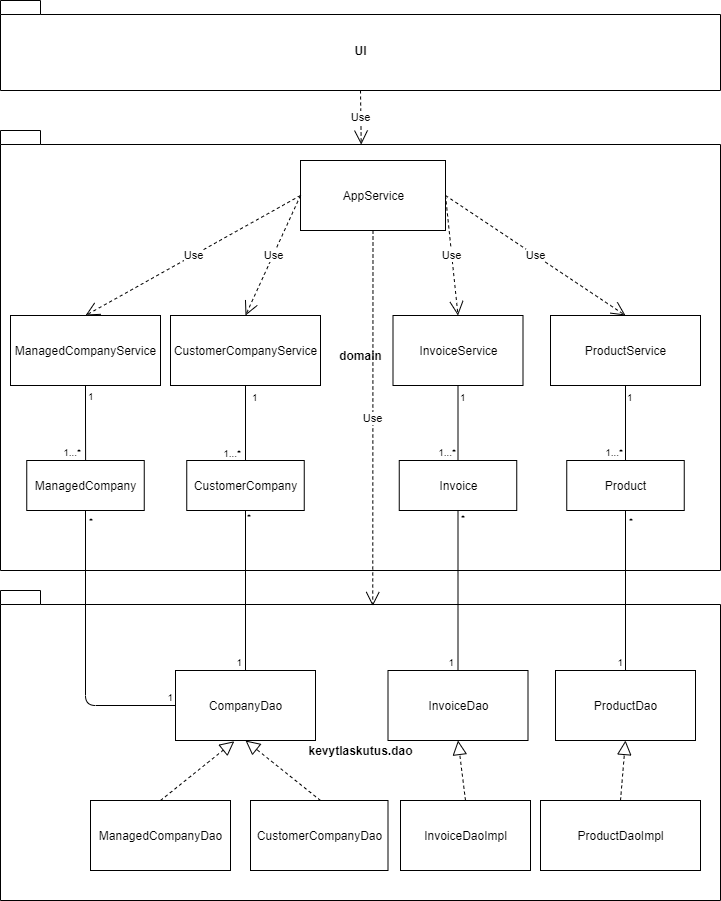
Earlier version of the draw.io export dokumentaatio/pakkausluokkakaavio.png (ilkkamaksy/kevytlaskutus). Source tidied: cells renumbered, new cells last; positions are measured from the earlier drawing's top-left corner, leaving out a move shared by most shapes.
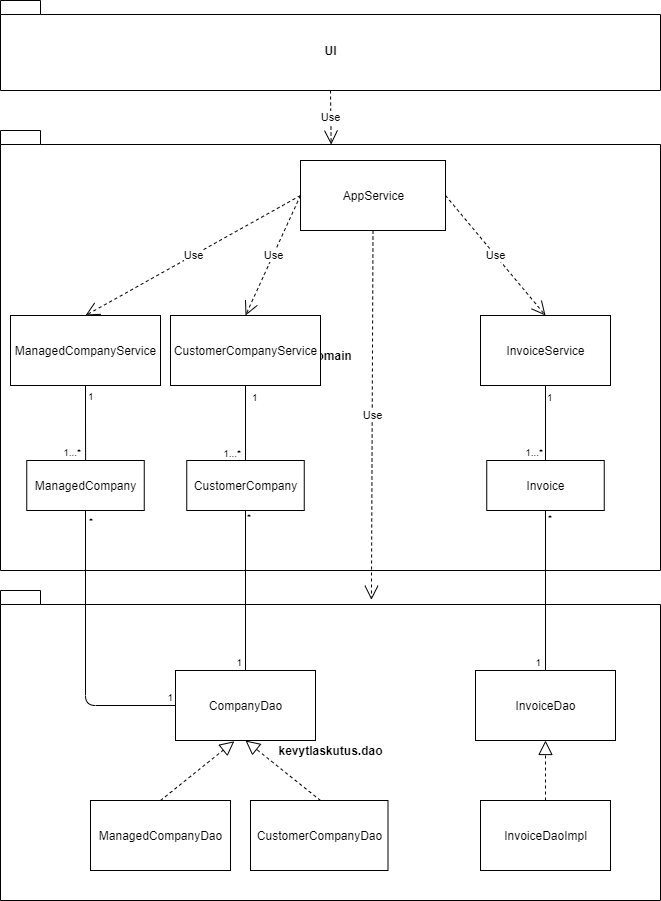
The same diagram one commit later.

Commit message:
dokumentaatio päivitetty

What changed in the source:
```diff
@@ -3,13 +3,13 @@
     <mxCell id="0" />
     <mxCell id="1" parent="0" />
     <mxCell id="2" value="domain" style="shape=folder;fontStyle=1;spacingTop=10;tabWidth=40;tabHeight=14;tabPosition=left;html=1;" parent="1" vertex="1">
-      <mxGeometry y="130" width="720" height="440" as="geometry" />
+      <mxGeometry y="130" width="660" height="440" as="geometry" />
     </mxCell>
     <mxCell id="3" value="kevytlaskutus.dao" style="shape=folder;fontStyle=1;spacingTop=10;tabWidth=40;tabHeight=14;tabPosition=left;html=1;" parent="1" vertex="1">
-      <mxGeometry y="590" width="720" height="310" as="geometry" />
+      <mxGeometry y="590" width="660" height="310" as="geometry" />
     </mxCell>
     <mxCell id="4" value="UI" style="shape=folder;fontStyle=1;spacingTop=10;tabWidth=40;tabHeight=14;tabPosition=left;html=1;" parent="1" vertex="1">
-      <mxGeometry width="720" height="90" as="geometry" />
+      <mxGeometry width="660" height="90" as="geometry" />
     </mxCell>
     <mxCell id="5" value="AppService" style="html=1;" parent="1" vertex="1">
       <mxGeometry x="300" y="160" width="145" height="70" as="geometry" />
@@ -21,11 +21,8 @@
       <mxGeometry x="10" y="315" width="150" height="70" as="geometry" />
     </mxCell>
     <mxCell id="8" value="InvoiceService" style="html=1;" parent="1" vertex="1">
-      <mxGeometry x="392.5" y="315" width="130" height="70" as="geometry" />
+      <mxGeometry x="480" y="315" width="130" height="70" as="geometry" />
     </mxCell>
-    <mxCell id="9" value="Product" style="html=1;" parent="1" vertex="1">
-      <mxGeometry x="566.2" y="460" width="117.5" height="50" as="geometry" />
-    </mxCell>
     <mxCell id="10" value="CustomerCompany" style="html=1;" parent="1" vertex="1">
       <mxGeometry x="186.2" y="460" width="117.5" height="50" as="geometry" />
     </mxCell>
@@ -33,16 +30,13 @@
       <mxGeometry x="26.2" y="460" width="117.5" height="50" as="geometry" />
     </mxCell>
     <mxCell id="12" value="Invoice" style="html=1;" parent="1" vertex="1">
-      <mxGeometry x="398.8" y="460" width="117.5" height="50" as="geometry" />
+      <mxGeometry x="486.2" y="460" width="117.5" height="50" as="geometry" />
     </mxCell>
-    <mxCell id="13" value="Use" style="endArrow=open;endSize=12;dashed=1;html=1;exitX=0.5;exitY=1;exitDx=0;exitDy=0;entryX=0.517;entryY=0.05;entryDx=0;entryDy=0;entryPerimeter=0;" parent="1" edge="1" source="5" target="3">
+    <mxCell id="13" value="Use" style="endArrow=open;endSize=12;dashed=1;html=1;exitX=0.5;exitY=1;exitDx=0;exitDy=0;entryX=0.562;entryY=0.03;entryDx=0;entryDy=0;entryPerimeter=0;" parent="1" edge="1" source="5" target="3">
       <mxGeometry relative="1" as="geometry" />
     </mxCell>
-    <mxCell id="14" value="ProductDaoImpl" style="html=1;" parent="1" vertex="1">
-      <mxGeometry x="540" y="800" width="160" height="70" as="geometry" />
-    </mxCell>
     <mxCell id="15" value="InvoiceDaoImpl" style="html=1;" parent="1" vertex="1">
-      <mxGeometry x="400" y="800" width="130" height="70" as="geometry" />
+      <mxGeometry x="480" y="800" width="130" height="70" as="geometry" />
     </mxCell>
     <mxCell id="16" value="CustomerCompanyDao" style="html=1;" parent="1" vertex="1">
       <mxGeometry x="250" y="800" width="137.5" height="70" as="geometry" />
@@ -54,31 +48,22 @@
       <mxGeometry x="175" y="670" width="140" height="70" as="geometry" />
     </mxCell>
     <mxCell id="19" value="InvoiceDao" style="html=1;" parent="1" vertex="1">
-      <mxGeometry x="387.5" y="670" width="140" height="70" as="geometry" />
+      <mxGeometry x="475" y="670" width="140" height="70" as="geometry" />
     </mxCell>
-    <mxCell id="20" value="ProductDao" style="html=1;" parent="1" vertex="1">
-      <mxGeometry x="555" y="670" width="140" height="70" as="geometry" />
-    </mxCell>
-    <mxCell id="21" style="endArrow=block;dashed=1;endFill=0;endSize=12;html=1;entryX=0.5;entryY=1;entryDx=0;entryDy=0;" parent="1" edge="1" target="18">
-      <mxGeometry relative="1" as="geometry">
-        <mxPoint x="320" y="800" as="sourcePoint" />
-      </mxGeometry>
-    </mxCell>
+    <mxCell id="55" style="endArrow=block;dashed=1;endFill=0;endSize=12;html=1;entryX=0.5;entryY=1;entryDx=0;entryDy=0;" parent="1" edge="1" target="18">
+      <mxGeometry relative="1" as="geometry">
+        <mxPoint x="320" y="800" as="sourcePoint" />
+      </mxGeometry>
+    </mxCell>
     <mxCell id="22" style="endArrow=block;dashed=1;endFill=0;endSize=12;html=1;entryX=0.42;entryY=1.011;entryDx=0;entryDy=0;entryPerimeter=0;exitX=0.5;exitY=0;exitDx=0;exitDy=0;" parent="1" edge="1" source="17" target="18">
       <mxGeometry relative="1" as="geometry" />
     </mxCell>
     <mxCell id="23" style="endArrow=block;dashed=1;endFill=0;endSize=12;html=1;entryX=0.5;entryY=1;entryDx=0;entryDy=0;exitX=0.5;exitY=0;exitDx=0;exitDy=0;" parent="1" edge="1" source="15" target="19">
       <mxGeometry relative="1" as="geometry" />
     </mxCell>
-    <mxCell id="24" style="endArrow=block;dashed=1;endFill=0;endSize=12;html=1;entryX=0.5;entryY=1;entryDx=0;entryDy=0;exitX=0.5;exitY=0;exitDx=0;exitDy=0;" parent="1" edge="1" source="14" target="20">
-      <mxGeometry relative="1" as="geometry" />
-    </mxCell>
     <mxCell id="25" value="Use" style="endArrow=open;endSize=12;dashed=1;html=1;exitX=0.5;exitY=1;exitDx=0;exitDy=0;exitPerimeter=0;entryX=0.501;entryY=0.032;entryDx=0;entryDy=0;entryPerimeter=0;" parent="1" edge="1" source="4" target="2">
       <mxGeometry relative="1" as="geometry" />
     </mxCell>
-    <mxCell id="26" value="ProductService" style="html=1;" parent="1" vertex="1">
-      <mxGeometry x="550" y="315" width="150" height="70" as="geometry" />
-    </mxCell>
     <mxCell id="27" value="Use" style="endArrow=open;endSize=12;dashed=1;html=1;exitX=0;exitY=0.5;exitDx=0;exitDy=0;entryX=0.5;entryY=0;entryDx=0;entryDy=0;" parent="1" edge="1" source="5" target="7">
       <mxGeometry relative="1" as="geometry" />
     </mxCell>
@@ -88,112 +73,83 @@
     <mxCell id="29" value="Use" style="endArrow=open;endSize=12;dashed=1;html=1;exitX=1;exitY=0.5;exitDx=0;exitDy=0;entryX=0.5;entryY=0;entryDx=0;entryDy=0;" parent="1" edge="1" source="5" target="8">
       <mxGeometry relative="1" as="geometry" />
     </mxCell>
-    <mxCell id="30" value="Use" style="endArrow=open;endSize=12;dashed=1;html=1;exitX=1;exitY=0.5;exitDx=0;exitDy=0;entryX=0.5;entryY=0;entryDx=0;entryDy=0;" parent="1" edge="1" source="5" target="26">
-      <mxGeometry relative="1" as="geometry" />
-    </mxCell>
     <mxCell id="31" style="endArrow=none;html=1;edgeStyle=orthogonalEdgeStyle;exitX=0.5;exitY=1;exitDx=0;exitDy=0;" parent="1" edge="1" source="7" target="11">
       <mxGeometry relative="1" as="geometry" />
     </mxCell>
-    <mxCell id="32" value="1" style="html=1;align=left;verticalAlign=bottom;labelBackgroundColor=#ffffff;fontSize=10;" parent="31" vertex="1">
-      <mxGeometry x="-1" relative="1" as="geometry">
-        <mxPoint x="1" y="19" as="offset" />
-      </mxGeometry>
-    </mxCell>
-    <mxCell id="33" value="1...*" style="html=1;align=right;verticalAlign=bottom;labelBackgroundColor=#ffffff;fontSize=10;" parent="31" vertex="1">
-      <mxGeometry x="1" relative="1" as="geometry">
-        <mxPoint x="-4" as="offset" />
-      </mxGeometry>
-    </mxCell>
+    <mxCell id="56" value="1" style="html=1;align=left;verticalAlign=bottom;labelBackgroundColor=#ffffff;fontSize=10;" parent="31" vertex="1">
+      <mxGeometry x="-1" relative="1" as="geometry">
+        <mxPoint x="1" y="19" as="offset" />
+      </mxGeometry>
+    </mxCell>
+    <mxCell id="57" value="1...*" style="html=1;align=right;verticalAlign=bottom;labelBackgroundColor=#ffffff;fontSize=10;" parent="31" vertex="1">
+      <mxGeometry x="1" relative="1" as="geometry">
+        <mxPoint x="-4" as="offset" />
+      </mxGeometry>
+    </mxCell>
     <mxCell id="34" style="endArrow=none;html=1;edgeStyle=orthogonalEdgeStyle;exitX=0.5;exitY=1;exitDx=0;exitDy=0;entryX=0.5;entryY=0;entryDx=0;entryDy=0;" parent="1" edge="1" source="6" target="10">
       <mxGeometry relative="1" as="geometry" />
     </mxCell>
-    <mxCell id="35" value="1" style="html=1;align=left;verticalAlign=bottom;labelBackgroundColor=#ffffff;fontSize=10;" parent="34" vertex="1">
-      <mxGeometry x="-1" relative="1" as="geometry">
-        <mxPoint x="5" y="20" as="offset" />
-      </mxGeometry>
-    </mxCell>
-    <mxCell id="36" value="1...*" style="html=1;align=right;verticalAlign=bottom;labelBackgroundColor=#ffffff;fontSize=10;" parent="34" vertex="1">
-      <mxGeometry x="1" relative="1" as="geometry">
-        <mxPoint x="-4" y="1" as="offset" />
-      </mxGeometry>
-    </mxCell>
+    <mxCell id="58" value="1" style="html=1;align=left;verticalAlign=bottom;labelBackgroundColor=#ffffff;fontSize=10;" parent="34" vertex="1">
+      <mxGeometry x="-1" relative="1" as="geometry">
+        <mxPoint x="5" y="20" as="offset" />
+      </mxGeometry>
+    </mxCell>
+    <mxCell id="59" value="1...*" style="html=1;align=right;verticalAlign=bottom;labelBackgroundColor=#ffffff;fontSize=10;" parent="34" vertex="1">
+      <mxGeometry x="1" relative="1" as="geometry">
+        <mxPoint x="-4" y="1" as="offset" />
+      </mxGeometry>
+    </mxCell>
     <mxCell id="37" style="endArrow=none;html=1;edgeStyle=orthogonalEdgeStyle;exitX=0.5;exitY=1;exitDx=0;exitDy=0;entryX=0.5;entryY=0;entryDx=0;entryDy=0;" parent="1" edge="1" source="8" target="12">
       <mxGeometry relative="1" as="geometry" />
     </mxCell>
-    <mxCell id="38" value="1" style="html=1;align=left;verticalAlign=bottom;labelBackgroundColor=#ffffff;fontSize=10;" parent="37" vertex="1">
-      <mxGeometry x="-1" relative="1" as="geometry">
-        <mxPoint y="20" as="offset" />
-      </mxGeometry>
-    </mxCell>
-    <mxCell id="39" value="1...*" style="html=1;align=right;verticalAlign=bottom;labelBackgroundColor=#ffffff;fontSize=10;" parent="37" vertex="1">
-      <mxGeometry x="1" relative="1" as="geometry">
-        <mxPoint x="-2" as="offset" />
-      </mxGeometry>
-    </mxCell>
-    <mxCell id="40" style="endArrow=none;html=1;edgeStyle=orthogonalEdgeStyle;exitX=0.5;exitY=1;exitDx=0;exitDy=0;entryX=0.5;entryY=0;entryDx=0;entryDy=0;" parent="1" edge="1" source="26" target="9">
-      <mxGeometry relative="1" as="geometry" />
-    </mxCell>
-    <mxCell id="41" value="1" style="html=1;align=left;verticalAlign=bottom;labelBackgroundColor=#ffffff;fontSize=10;" parent="40" vertex="1">
-      <mxGeometry x="-1" relative="1" as="geometry">
-        <mxPoint y="20" as="offset" />
-      </mxGeometry>
-    </mxCell>
-    <mxCell id="42" value="1...*" style="html=1;align=right;verticalAlign=bottom;labelBackgroundColor=#ffffff;fontSize=10;" parent="40" vertex="1">
-      <mxGeometry x="1" relative="1" as="geometry">
-        <mxPoint x="-2" as="offset" />
-      </mxGeometry>
-    </mxCell>
-    <mxCell id="43" style="endArrow=none;html=1;edgeStyle=orthogonalEdgeStyle;exitX=0.5;exitY=1;exitDx=0;exitDy=0;entryX=0.5;entryY=0;entryDx=0;entryDy=0;" parent="1" edge="1" source="9" target="20">
-      <mxGeometry relative="1" as="geometry" />
-    </mxCell>
-    <mxCell id="44" value="*" style="html=1;align=left;verticalAlign=bottom;labelBackgroundColor=#ffffff;fontSize=10;" parent="43" vertex="1">
-      <mxGeometry x="-1" relative="1" as="geometry">
-        <mxPoint x="2" y="19" as="offset" />
-      </mxGeometry>
-    </mxCell>
-    <mxCell id="45" value="1" style="html=1;align=right;verticalAlign=bottom;labelBackgroundColor=#ffffff;fontSize=10;" parent="43" vertex="1">
-      <mxGeometry x="1" relative="1" as="geometry">
-        <mxPoint x="-2" as="offset" />
-      </mxGeometry>
-    </mxCell>
+    <mxCell id="60" value="1" style="html=1;align=left;verticalAlign=bottom;labelBackgroundColor=#ffffff;fontSize=10;" parent="37" vertex="1">
+      <mxGeometry x="-1" relative="1" as="geometry">
+        <mxPoint y="20" as="offset" />
+      </mxGeometry>
+    </mxCell>
+    <mxCell id="61" value="1...*" style="html=1;align=right;verticalAlign=bottom;labelBackgroundColor=#ffffff;fontSize=10;" parent="37" vertex="1">
+      <mxGeometry x="1" relative="1" as="geometry">
+        <mxPoint x="-2" as="offset" />
+      </mxGeometry>
+    </mxCell>
     <mxCell id="46" style="endArrow=none;html=1;edgeStyle=orthogonalEdgeStyle;exitX=0.5;exitY=1;exitDx=0;exitDy=0;entryX=0.5;entryY=0;entryDx=0;entryDy=0;" parent="1" edge="1" source="12" target="19">
       <mxGeometry relative="1" as="geometry" />
     </mxCell>
-    <mxCell id="47" value="*" style="html=1;align=left;verticalAlign=bottom;labelBackgroundColor=#ffffff;fontSize=10;" parent="46" vertex="1">
-      <mxGeometry x="-1" relative="1" as="geometry">
-        <mxPoint x="1" y="16" as="offset" />
-      </mxGeometry>
-    </mxCell>
-    <mxCell id="48" value="1" style="html=1;align=right;verticalAlign=bottom;labelBackgroundColor=#ffffff;fontSize=10;" parent="46" vertex="1">
-      <mxGeometry x="1" relative="1" as="geometry">
-        <mxPoint x="-4" as="offset" />
-      </mxGeometry>
-    </mxCell>
+    <mxCell id="62" value="*" style="html=1;align=left;verticalAlign=bottom;labelBackgroundColor=#ffffff;fontSize=10;" parent="46" vertex="1">
+      <mxGeometry x="-1" relative="1" as="geometry">
+        <mxPoint x="1" y="16" as="offset" />
+      </mxGeometry>
+    </mxCell>
+    <mxCell id="63" value="1" style="html=1;align=right;verticalAlign=bottom;labelBackgroundColor=#ffffff;fontSize=10;" parent="46" vertex="1">
+      <mxGeometry x="1" relative="1" as="geometry">
+        <mxPoint x="-4" as="offset" />
+      </mxGeometry>
+    </mxCell>
     <mxCell id="49" style="endArrow=none;html=1;edgeStyle=orthogonalEdgeStyle;exitX=0.5;exitY=1;exitDx=0;exitDy=0;entryX=0.5;entryY=0;entryDx=0;entryDy=0;" parent="1" edge="1" source="10" target="18">
       <mxGeometry relative="1" as="geometry" />
     </mxCell>
-    <mxCell id="50" value="*" style="html=1;align=left;verticalAlign=bottom;labelBackgroundColor=#ffffff;fontSize=10;" parent="49" vertex="1">
-      <mxGeometry x="-1" relative="1" as="geometry">
-        <mxPoint y="15" as="offset" />
-      </mxGeometry>
-    </mxCell>
-    <mxCell id="51" value="1" style="html=1;align=right;verticalAlign=bottom;labelBackgroundColor=#ffffff;fontSize=10;" parent="49" vertex="1">
-      <mxGeometry x="1" relative="1" as="geometry">
-        <mxPoint x="-3" as="offset" />
-      </mxGeometry>
-    </mxCell>
+    <mxCell id="64" value="*" style="html=1;align=left;verticalAlign=bottom;labelBackgroundColor=#ffffff;fontSize=10;" parent="49" vertex="1">
+      <mxGeometry x="-1" relative="1" as="geometry">
+        <mxPoint y="15" as="offset" />
+      </mxGeometry>
+    </mxCell>
+    <mxCell id="65" value="1" style="html=1;align=right;verticalAlign=bottom;labelBackgroundColor=#ffffff;fontSize=10;" parent="49" vertex="1">
+      <mxGeometry x="1" relative="1" as="geometry">
+        <mxPoint x="-3" as="offset" />
+      </mxGeometry>
+    </mxCell>
     <mxCell id="52" style="endArrow=none;html=1;edgeStyle=orthogonalEdgeStyle;exitX=0.5;exitY=1;exitDx=0;exitDy=0;entryX=0;entryY=0.5;entryDx=0;entryDy=0;" parent="1" edge="1" source="11" target="18">
       <mxGeometry relative="1" as="geometry" />
     </mxCell>
-    <mxCell id="53" value="*" style="html=1;align=left;verticalAlign=bottom;labelBackgroundColor=#ffffff;fontSize=10;" parent="52" vertex="1">
-      <mxGeometry x="-1" relative="1" as="geometry">
-        <mxPoint x="2" y="19" as="offset" />
-      </mxGeometry>
-    </mxCell>
-    <mxCell id="54" value="1" style="html=1;align=right;verticalAlign=bottom;labelBackgroundColor=#ffffff;fontSize=10;" parent="52" vertex="1">
-      <mxGeometry x="1" relative="1" as="geometry">
-        <mxPoint x="-2" as="offset" />
-      </mxGeometry>
-    </mxCell>
+    <mxCell id="66" value="*" style="html=1;align=left;verticalAlign=bottom;labelBackgroundColor=#ffffff;fontSize=10;" parent="52" vertex="1">
+      <mxGeometry x="-1" relative="1" as="geometry">
+        <mxPoint x="2" y="19" as="offset" />
+      </mxGeometry>
+    </mxCell>
+    <mxCell id="67" value="1" style="html=1;align=right;verticalAlign=bottom;labelBackgroundColor=#ffffff;fontSize=10;" parent="52" vertex="1">
+      <mxGeometry x="1" relative="1" as="geometry">
+        <mxPoint x="-2" as="offset" />
+      </mxGeometry>
+    </mxCell>
   </root>
 </mxGraphModel>
```
